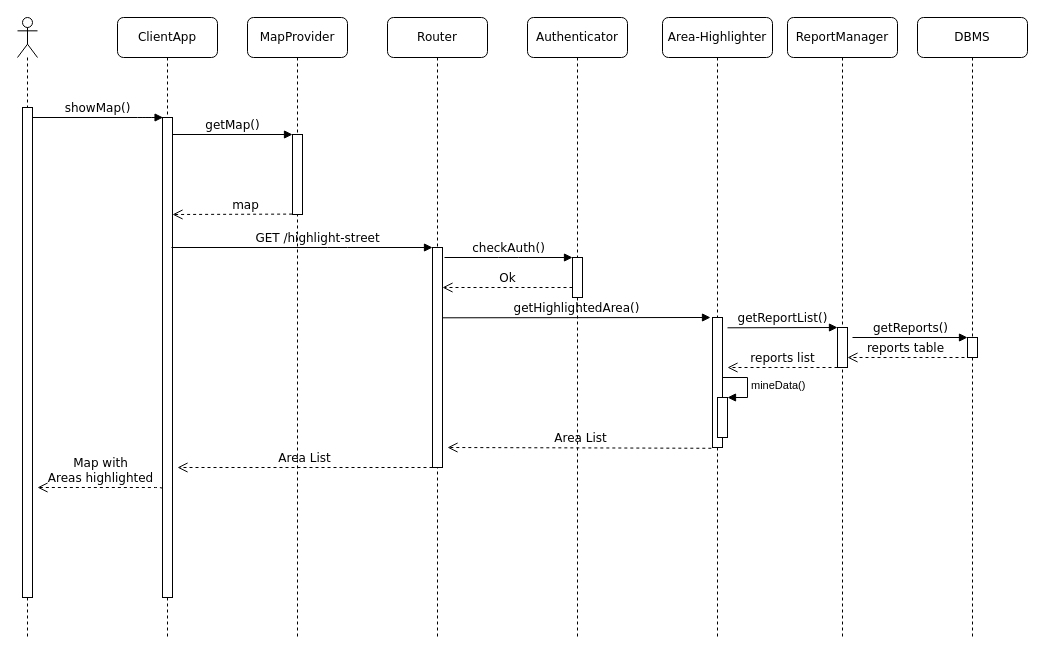
This is DD/diagrams/area-highlight-sequence.drawio from f3d0ss/CazzolaDotti-se2, a draw.io file, before an edit. Source tidied: cells renumbered, new cells numbered last; positions are measured from the earlier drawing's top-left corner, leaving out a move shared by most shapes. Both pictures are drawn from the tidied source at 100%, with x=0, y=0 at pixel (-12, 17).
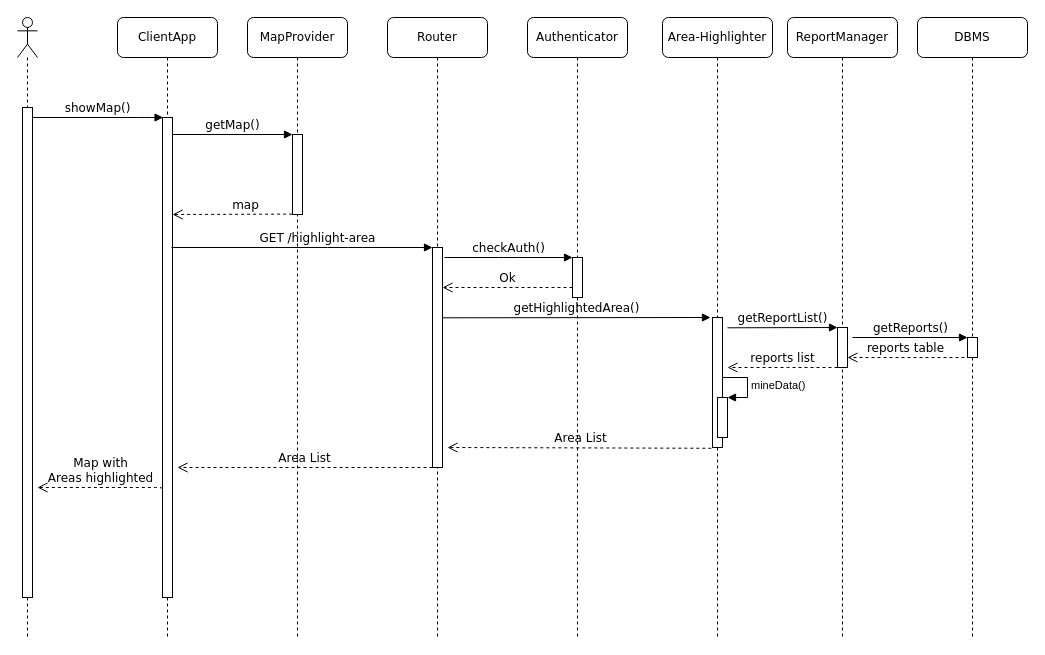
The same diagram, later.

The change refers to these unchanged cells:
```xml
<mxCell id="7" style="html=1;points=[];perimeter=orthogonalPerimeter;rounded=0;shadow=0;comic=0;labelBackgroundColor=none;strokeWidth=1;fontFamily=Verdana;fontSize=12;align=center;" parent="6" vertex="1">
  <mxGeometry x="45" y="230" width="10" height="220" as="geometry" />
</mxCell>
```

Diff of the diagram source:
```diff
@@
-    <mxCell id="34" value="GET /highlight-street" style="html=1;verticalAlign=bottom;endArrow=block;labelBackgroundColor=none;fontFamily=Verdana;fontSize=12;edgeStyle=elbowEdgeStyle;elbow=vertical;" parent="1" edge="1" target="7">
+    <mxCell id="34" value="GET /highlight-area" style="html=1;verticalAlign=bottom;endArrow=block;labelBackgroundColor=none;fontFamily=Verdana;fontSize=12;edgeStyle=elbowEdgeStyle;elbow=vertical;" parent="1" edge="1" target="7">
       <mxGeometry x="0.27" y="-20" relative="1" as="geometry">
         <mxPoint x="183" y="230" as="sourcePoint" />
         <Array as="points">
           <mxPoint x="349" y="230" />
         </Array>
         <mxPoint x="-20" y="-20" as="offset" />
       </mxGeometry>
     </mxCell>
```
